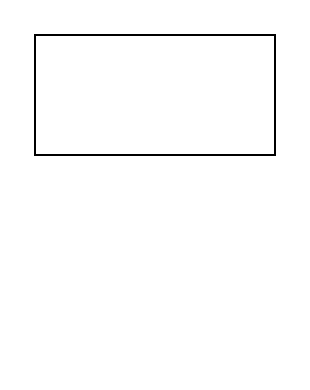
Above: ComponentTree.drawio in usama-asghar1/EcoKitchen (draw.io), before the change. Source tidied: cells renumbered, new cells numbered last; positions are measured from the earlier drawing's top-left corner, leaving out a move shared by most shapes. Both pictures are drawn from the tidied source at 200%, with x=0, y=0 at pixel (34, 34).
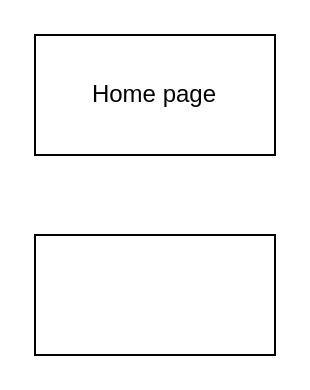
The same page after the edit.

Commit message:
comonent tree adapted

Change to the diagram source:
```diff
@@
 <mxGraphModel>
   <root>
     <mxCell id="0" />
     <mxCell id="1" parent="0" />
-    <mxCell id="2" style="rounded=0;whiteSpace=wrap;html=1;" parent="1" vertex="1">
+    <mxCell id="2" value="Home page" style="rounded=0;whiteSpace=wrap;html=1;" parent="1" vertex="1">
       <mxGeometry width="120" height="60" as="geometry" />
     </mxCell>
+    <mxCell id="3" style="rounded=0;whiteSpace=wrap;html=1;" parent="1" vertex="1">
+      <mxGeometry y="100" width="120" height="60" as="geometry" />
+    </mxCell>
   </root>
 </mxGraphModel>
```
